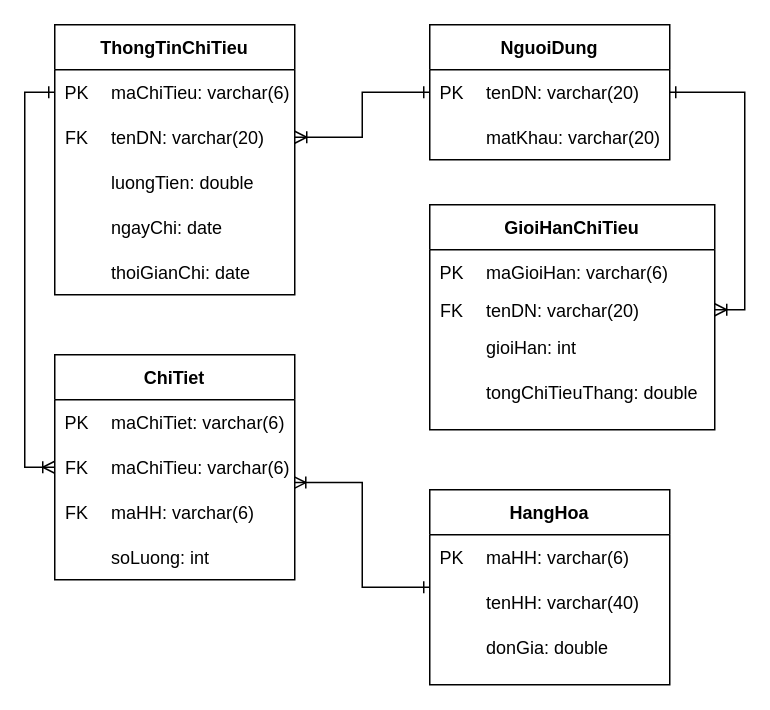
Above: Diagrams/ERD.drawio in AkallHuynh/IS216.L21.HTCL-Java (draw.io), before the change. Source tidied: cells renumbered, new cells numbered last; positions are measured from the earlier drawing's top-left corner, leaving out a move shared by most shapes. Both pictures are drawn from the tidied source at 150%, with x=0, y=0 at pixel (24, 24).
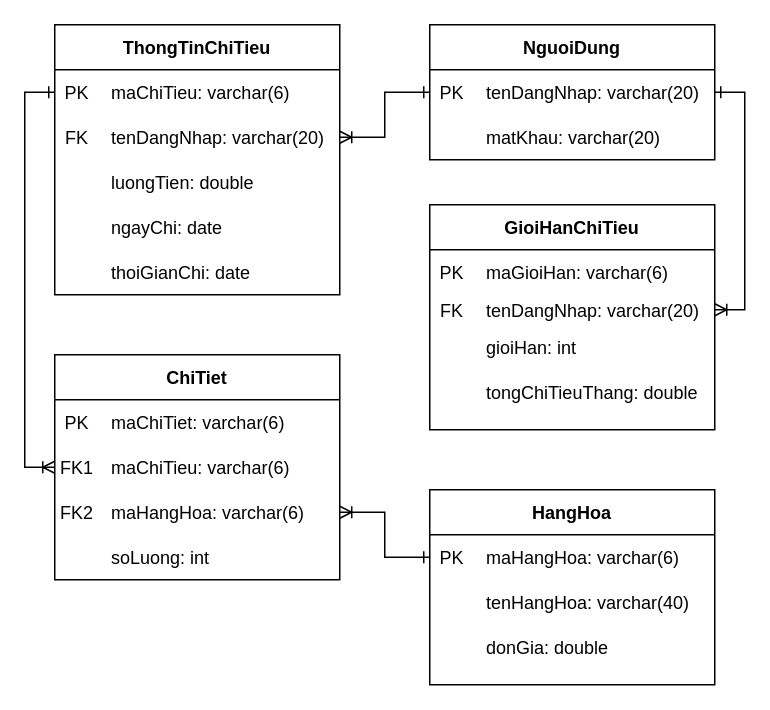
After the change.

The change refers to these unchanged cells:
```xml
<mxCell id="25" style="shape=partialRectangle;fillColor=none;top=0;left=0;bottom=0;right=0;points=[[0,0.5],[1,0.5]];portConstraint=eastwest;" parent="21" vertex="1">
  <mxGeometry y="30" width="190" height="20" as="geometry" />
</mxCell>
```

Change to the diagram source:
```diff
@@
     <mxCell id="3" value="ThongTinChiTieu" style="swimlane;fontStyle=1;horizontal=1;startSize=30;fillColor=#ffffff;swimlaneFillColor=#ffffff;" parent="1" vertex="1">
-      <mxGeometry x="20" width="160" height="180" as="geometry" />
+      <mxGeometry x="20" width="190" height="180" as="geometry" />
     </mxCell>
     <mxCell id="4" style="shape=table;startSize=0;childLayout=tableLayout;rowLines=0;fontStyle=0;align=center;strokeColor=none;fillColor=none;" parent="3" vertex="1">
-      <mxGeometry y="30" width="160" height="150" as="geometry" />
+      <mxGeometry y="30" width="190" height="150" as="geometry" />
     </mxCell>
     <mxCell id="5" style="shape=partialRectangle;fillColor=none;top=0;left=0;bottom=0;right=0;points=[[0,0.5],[1,0.5]];portConstraint=eastwest;" parent="4" vertex="1">
-      <mxGeometry width="160" height="30" as="geometry" />
+      <mxGeometry width="190" height="30" as="geometry" />
     </mxCell>
@@
     <mxCell id="7" value="maChiTieu: varchar(6)" style="shape=partialRectangle;fillColor=none;top=0;left=0;bottom=0;right=0;align=left;spacingLeft=6;overflow=hidden;" parent="5" vertex="1">
-      <mxGeometry x="30" width="130" height="30" as="geometry" />
+      <mxGeometry x="30" width="160" height="30" as="geometry" />
     </mxCell>
     <mxCell id="8" style="shape=partialRectangle;fillColor=none;top=0;left=0;bottom=0;right=0;points=[[0,0.5],[1,0.5]];portConstraint=eastwest;" parent="4" vertex="1">
-      <mxGeometry y="30" width="160" height="30" as="geometry" />
+      <mxGeometry y="30" width="190" height="30" as="geometry" />
     </mxCell>
@@
-    <mxCell id="10" value="tenDN: varchar(20)" style="shape=partialRectangle;fillColor=none;top=0;left=0;bottom=0;right=0;align=left;spacingLeft=6;overflow=hidden;" parent="8" vertex="1">
-      <mxGeometry x="30" width="130" height="30" as="geometry" />
+    <mxCell id="10" value="tenDangNhap: varchar(20)" style="shape=partialRectangle;fillColor=none;top=0;left=0;bottom=0;right=0;align=left;spacingLeft=6;overflow=hidden;" parent="8" vertex="1">
+      <mxGeometry x="30" width="160" height="30" as="geometry" />
     </mxCell>
     <mxCell id="11" style="shape=partialRectangle;fillColor=none;top=0;left=0;bottom=0;right=0;" parent="4" vertex="1">
-      <mxGeometry y="60" width="160" height="30" as="geometry" />
+      <mxGeometry y="60" width="190" height="30" as="geometry" />
     </mxCell>
@@
     <mxCell id="13" value="luongTien: double" style="shape=partialRectangle;fillColor=none;top=0;left=0;bottom=0;right=0;align=left;spacingLeft=6;overflow=hidden;" parent="11" vertex="1">
-      <mxGeometry x="30" width="130" height="30" as="geometry" />
+      <mxGeometry x="30" width="160" height="30" as="geometry" />
     </mxCell>
     <mxCell id="14" style="shape=partialRectangle;fillColor=none;top=0;left=0;bottom=0;right=0;" parent="4" vertex="1">
-      <mxGeometry y="90" width="160" height="30" as="geometry" />
+      <mxGeometry y="90" width="190" height="30" as="geometry" />
     </mxCell>
@@
     <mxCell id="16" value="ngayChi: date" style="shape=partialRectangle;fillColor=none;top=0;left=0;bottom=0;right=0;align=left;spacingLeft=6;overflow=hidden;" parent="14" vertex="1">
-      <mxGeometry x="30" width="130" height="30" as="geometry" />
+      <mxGeometry x="30" width="160" height="30" as="geometry" />
     </mxCell>
     <mxCell id="17" style="shape=partialRectangle;fillColor=none;top=0;left=0;bottom=0;right=0;" parent="4" vertex="1">
-      <mxGeometry y="120" width="160" height="30" as="geometry" />
+      <mxGeometry y="120" width="190" height="30" as="geometry" />
     </mxCell>
@@
     <mxCell id="19" value="thoiGianChi: date" style="shape=partialRectangle;fillColor=none;top=0;left=0;bottom=0;right=0;align=left;spacingLeft=6;overflow=hidden;" parent="17" vertex="1">
-      <mxGeometry x="30" width="130" height="30" as="geometry" />
+      <mxGeometry x="30" width="160" height="30" as="geometry" />
     </mxCell>
@@
-    <mxCell id="27" value="tenDN: varchar(20)" style="shape=partialRectangle;fillColor=none;top=0;left=0;bottom=0;right=0;align=left;spacingLeft=6;overflow=hidden;" parent="25" vertex="1">
+    <mxCell id="27" value="tenDangNhap: varchar(20)" style="shape=partialRectangle;fillColor=none;top=0;left=0;bottom=0;right=0;align=left;spacingLeft=6;overflow=hidden;" parent="25" vertex="1">
       <mxGeometry x="30" width="160" height="20" as="geometry" />
     </mxCell>
@@
-    <mxCell id="34" style="edgeStyle=orthogonalEdgeStyle;rounded=0;jettySize=auto;html=1;endArrow=ERoneToMany;endFill=0;startArrow=ERone;startFill=0;entryX=0.996;entryY=0.84;entryDx=0;entryDy=0;entryPerimeter=0;" parent="1" edge="1" source="35" target="51">
+    <mxCell id="34" style="edgeStyle=orthogonalEdgeStyle;rounded=0;jettySize=auto;html=1;endArrow=ERoneToMany;endFill=0;startArrow=ERone;startFill=0;entryX=1;entryY=0.5;entryDx=0;entryDy=0;exitX=0;exitY=0.5;exitDx=0;exitDy=0;" parent="1" edge="1" source="37" target="54">
       <mxGeometry relative="1" as="geometry" />
     </mxCell>
     <mxCell id="35" value="HangHoa" style="swimlane;fontStyle=1;horizontal=1;startSize=30;fillColor=#ffffff;swimlaneFillColor=#ffffff;" parent="1" vertex="1">
-      <mxGeometry x="270" y="310" width="160" height="130" as="geometry" />
+      <mxGeometry x="270" y="310" width="190" height="130" as="geometry" />
     </mxCell>
     <mxCell id="36" style="shape=table;startSize=0;childLayout=tableLayout;rowLines=0;fontStyle=0;align=center;strokeColor=none;fillColor=none;" parent="35" vertex="1">
-      <mxGeometry y="30" width="160" height="100" as="geometry" />
+      <mxGeometry y="30" width="190" height="100" as="geometry" />
     </mxCell>
     <mxCell id="37" style="shape=partialRectangle;fillColor=none;top=0;left=0;bottom=0;right=0;points=[[0,0.5],[1,0.5]];portConstraint=eastwest;" parent="36" vertex="1">
-      <mxGeometry width="160" height="30" as="geometry" />
+      <mxGeometry width="190" height="30" as="geometry" />
     </mxCell>
@@
-    <mxCell id="39" value="maHH: varchar(6)" style="shape=partialRectangle;fillColor=none;top=0;left=0;bottom=0;right=0;align=left;spacingLeft=6;overflow=hidden;" parent="37" vertex="1">
-      <mxGeometry x="30" width="130" height="30" as="geometry" />
+    <mxCell id="39" value="maHangHoa: varchar(6)" style="shape=partialRectangle;fillColor=none;top=0;left=0;bottom=0;right=0;align=left;spacingLeft=6;overflow=hidden;" parent="37" vertex="1">
+      <mxGeometry x="30" width="160" height="30" as="geometry" />
     </mxCell>
     <mxCell id="40" style="shape=partialRectangle;fillColor=none;top=0;left=0;bottom=0;right=0;" parent="36" vertex="1">
-      <mxGeometry y="30" width="160" height="30" as="geometry" />
+      <mxGeometry y="30" width="190" height="30" as="geometry" />
     </mxCell>
@@
-    <mxCell id="42" value="tenHH: varchar(40)" style="shape=partialRectangle;fillColor=none;top=0;left=0;bottom=0;right=0;align=left;spacingLeft=6;overflow=hidden;" parent="40" vertex="1">
-      <mxGeometry x="30" width="130" height="30" as="geometry" />
+    <mxCell id="42" value="tenHangHoa: varchar(40)" style="shape=partialRectangle;fillColor=none;top=0;left=0;bottom=0;right=0;align=left;spacingLeft=6;overflow=hidden;" parent="40" vertex="1">
+      <mxGeometry x="30" width="160" height="30" as="geometry" />
     </mxCell>
     <mxCell id="43" style="shape=partialRectangle;fillColor=none;top=0;left=0;bottom=0;right=0;" parent="36" vertex="1">
-      <mxGeometry y="60" width="160" height="30" as="geometry" />
+      <mxGeometry y="60" width="190" height="30" as="geometry" />
     </mxCell>
@@
     <mxCell id="45" value="donGia: double" style="shape=partialRectangle;fillColor=none;top=0;left=0;bottom=0;right=0;align=left;spacingLeft=6;overflow=hidden;" parent="43" vertex="1">
-      <mxGeometry x="30" width="130" height="30" as="geometry" />
+      <mxGeometry x="30" width="160" height="30" as="geometry" />
     </mxCell>
     <mxCell id="46" value="ChiTiet" style="swimlane;fontStyle=1;horizontal=1;startSize=30;fillColor=#ffffff;swimlaneFillColor=#ffffff;" parent="1" vertex="1">
-      <mxGeometry x="20" y="220" width="160" height="150" as="geometry" />
+      <mxGeometry x="20" y="220" width="190" height="150" as="geometry" />
     </mxCell>
     <mxCell id="47" style="shape=table;startSize=0;childLayout=tableLayout;rowLines=0;fontStyle=0;align=center;strokeColor=none;fillColor=none;" parent="46" vertex="1">
-      <mxGeometry y="30" width="160" height="120" as="geometry" />
+      <mxGeometry y="30" width="190" height="120" as="geometry" />
     </mxCell>
     <mxCell id="48" style="shape=partialRectangle;fillColor=none;top=0;left=0;bottom=0;right=0;" parent="47" vertex="1">
-      <mxGeometry width="160" height="30" as="geometry" />
+      <mxGeometry width="190" height="30" as="geometry" />
     </mxCell>
@@
     <mxCell id="50" value="maChiTiet: varchar(6)" style="shape=partialRectangle;fillColor=none;top=0;left=0;bottom=0;right=0;align=left;spacingLeft=6;overflow=hidden;" parent="48" vertex="1">
-      <mxGeometry x="30" width="130" height="30" as="geometry" />
+      <mxGeometry x="30" width="160" height="30" as="geometry" />
     </mxCell>
     <mxCell id="51" style="shape=partialRectangle;fillColor=none;top=0;left=0;bottom=0;right=0;points=[[0,0.5],[1,0.5]];portConstraint=eastwest;" parent="47" vertex="1">
-      <mxGeometry y="30" width="160" height="30" as="geometry" />
+      <mxGeometry y="30" width="190" height="30" as="geometry" />
     </mxCell>
-    <mxCell id="52" value="FK" style="shape=partialRectangle;fillColor=none;top=0;left=0;bottom=0;right=0;overflow=hidden;" parent="51" vertex="1">
+    <mxCell id="52" value="FK1" style="shape=partialRectangle;fillColor=none;top=0;left=0;bottom=0;right=0;overflow=hidden;" parent="51" vertex="1">
       <mxGeometry width="30" height="30" as="geometry" />
     </mxCell>
     <mxCell id="53" value="maChiTieu: varchar(6)" style="shape=partialRectangle;fillColor=none;top=0;left=0;bottom=0;right=0;align=left;spacingLeft=6;overflow=hidden;" parent="51" vertex="1">
-      <mxGeometry x="30" width="130" height="30" as="geometry" />
+      <mxGeometry x="30" width="160" height="30" as="geometry" />
     </mxCell>
     <mxCell id="54" style="shape=partialRectangle;fillColor=none;top=0;left=0;bottom=0;right=0;points=[[0,0.5],[1,0.5]];portConstraint=eastwest;" parent="47" vertex="1">
-      <mxGeometry y="60" width="160" height="30" as="geometry" />
+      <mxGeometry y="60" width="190" height="30" as="geometry" />
     </mxCell>
-    <mxCell id="55" value="FK" style="shape=partialRectangle;fillColor=none;top=0;left=0;bottom=0;right=0;overflow=hidden;" parent="54" vertex="1">
+    <mxCell id="55" value="FK2" style="shape=partialRectangle;fillColor=none;top=0;left=0;bottom=0;right=0;overflow=hidden;" parent="54" vertex="1">
       <mxGeometry width="30" height="30" as="geometry" />
     </mxCell>
-    <mxCell id="56" value="maHH: varchar(6)" style="shape=partialRectangle;fillColor=none;top=0;left=0;bottom=0;right=0;align=left;spacingLeft=6;overflow=hidden;" parent="54" vertex="1">
-      <mxGeometry x="30" width="130" height="30" as="geometry" />
+    <mxCell id="56" value="maHangHoa: varchar(6)" style="shape=partialRectangle;fillColor=none;top=0;left=0;bottom=0;right=0;align=left;spacingLeft=6;overflow=hidden;" parent="54" vertex="1">
+      <mxGeometry x="30" width="160" height="30" as="geometry" />
     </mxCell>
     <mxCell id="57" style="shape=partialRectangle;fillColor=none;top=0;left=0;bottom=0;right=0;" parent="47" vertex="1">
-      <mxGeometry y="90" width="160" height="30" as="geometry" />
+      <mxGeometry y="90" width="190" height="30" as="geometry" />
     </mxCell>
@@
     <mxCell id="59" value="soLuong: int" style="shape=partialRectangle;fillColor=none;top=0;left=0;bottom=0;right=0;align=left;spacingLeft=6;overflow=hidden;" parent="57" vertex="1">
-      <mxGeometry x="30" width="130" height="30" as="geometry" />
+      <mxGeometry x="30" width="160" height="30" as="geometry" />
     </mxCell>
@@
     <mxCell id="61" value="NguoiDung" style="swimlane;fontStyle=1;horizontal=1;startSize=30;fillColor=#ffffff;swimlaneFillColor=#ffffff;" parent="1" vertex="1">
-      <mxGeometry x="270" width="160" height="90" as="geometry" />
+      <mxGeometry x="270" width="190" height="90" as="geometry" />
     </mxCell>
     <mxCell id="62" style="shape=table;startSize=0;childLayout=tableLayout;rowLines=0;fontStyle=0;align=center;strokeColor=none;fillColor=none;" parent="61" vertex="1">
-      <mxGeometry y="30" width="160" height="60" as="geometry" />
+      <mxGeometry y="30" width="190" height="60" as="geometry" />
     </mxCell>
     <mxCell id="63" style="shape=partialRectangle;fillColor=none;top=0;left=0;bottom=0;right=0;points=[[0,0.5],[1,0.5]];portConstraint=eastwest;" parent="62" vertex="1">
-      <mxGeometry width="160" height="30" as="geometry" />
+      <mxGeometry width="190" height="30" as="geometry" />
     </mxCell>
@@
-    <mxCell id="65" value="tenDN: varchar(20)" style="shape=partialRectangle;fillColor=none;top=0;left=0;bottom=0;right=0;align=left;spacingLeft=6;overflow=hidden;" parent="63" vertex="1">
-      <mxGeometry x="30" width="130" height="30" as="geometry" />
+    <mxCell id="65" value="tenDangNhap: varchar(20)" style="shape=partialRectangle;fillColor=none;top=0;left=0;bottom=0;right=0;align=left;spacingLeft=6;overflow=hidden;" parent="63" vertex="1">
+      <mxGeometry x="30" width="160" height="30" as="geometry" />
     </mxCell>
     <mxCell id="66" style="shape=partialRectangle;fillColor=none;top=0;left=0;bottom=0;right=0;" parent="62" vertex="1">
-      <mxGeometry y="30" width="160" height="30" as="geometry" />
+      <mxGeometry y="30" width="190" height="30" as="geometry" />
     </mxCell>
@@
     <mxCell id="68" value="matKhau: varchar(20)" style="shape=partialRectangle;fillColor=none;top=0;left=0;bottom=0;right=0;align=left;spacingLeft=6;overflow=hidden;" parent="66" vertex="1">
-      <mxGeometry x="30" width="130" height="30" as="geometry" />
+      <mxGeometry x="30" width="160" height="30" as="geometry" />
     </mxCell>
```
